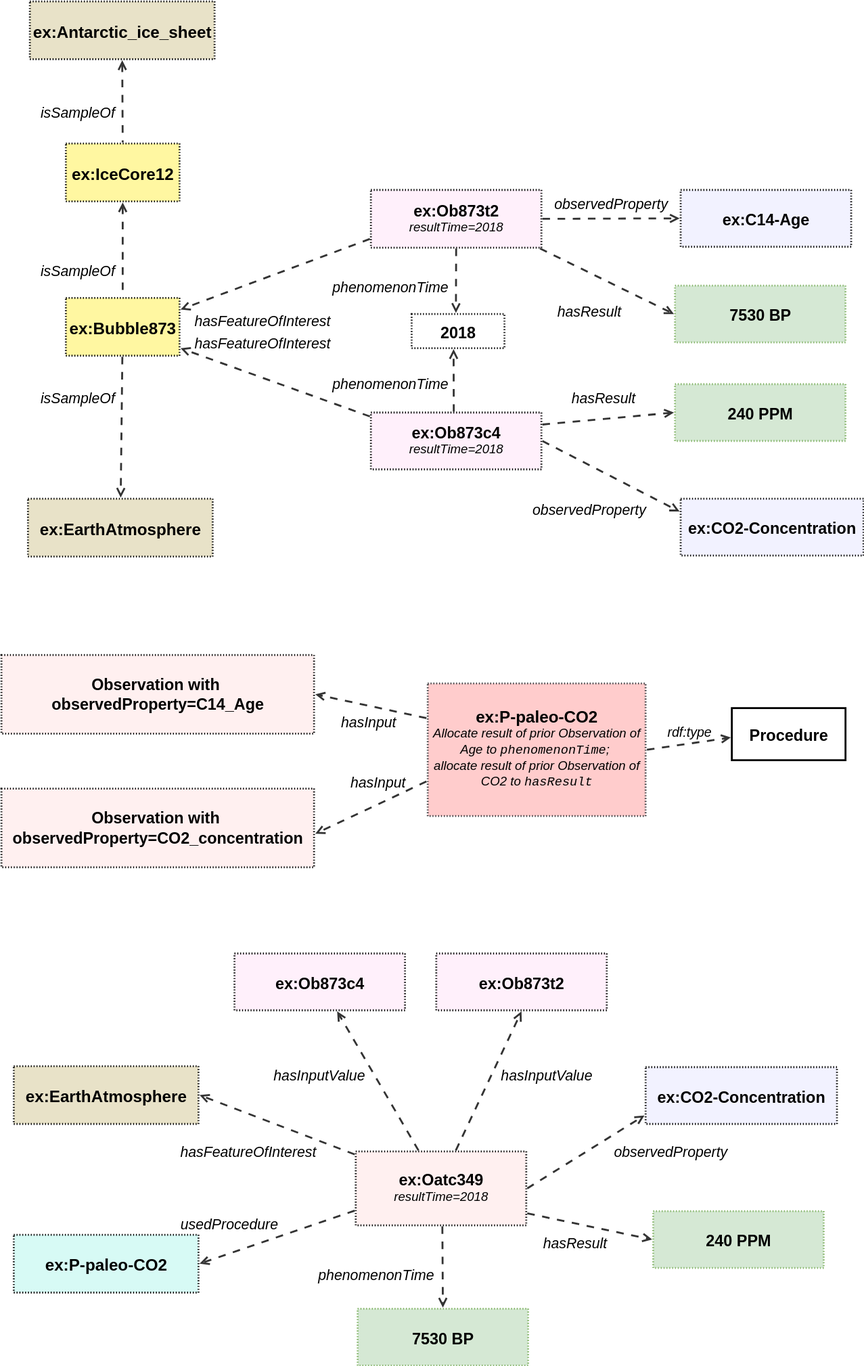
Before: ssn/images/paleo-atmosphere.svg, a diagram exported from draw.io (w3c/sdw-sosa-ssn). Source tidied: cells renumbered, new cells last; positions are measured from the earlier drawing's top-left corner, leaving out a move shared by most shapes.
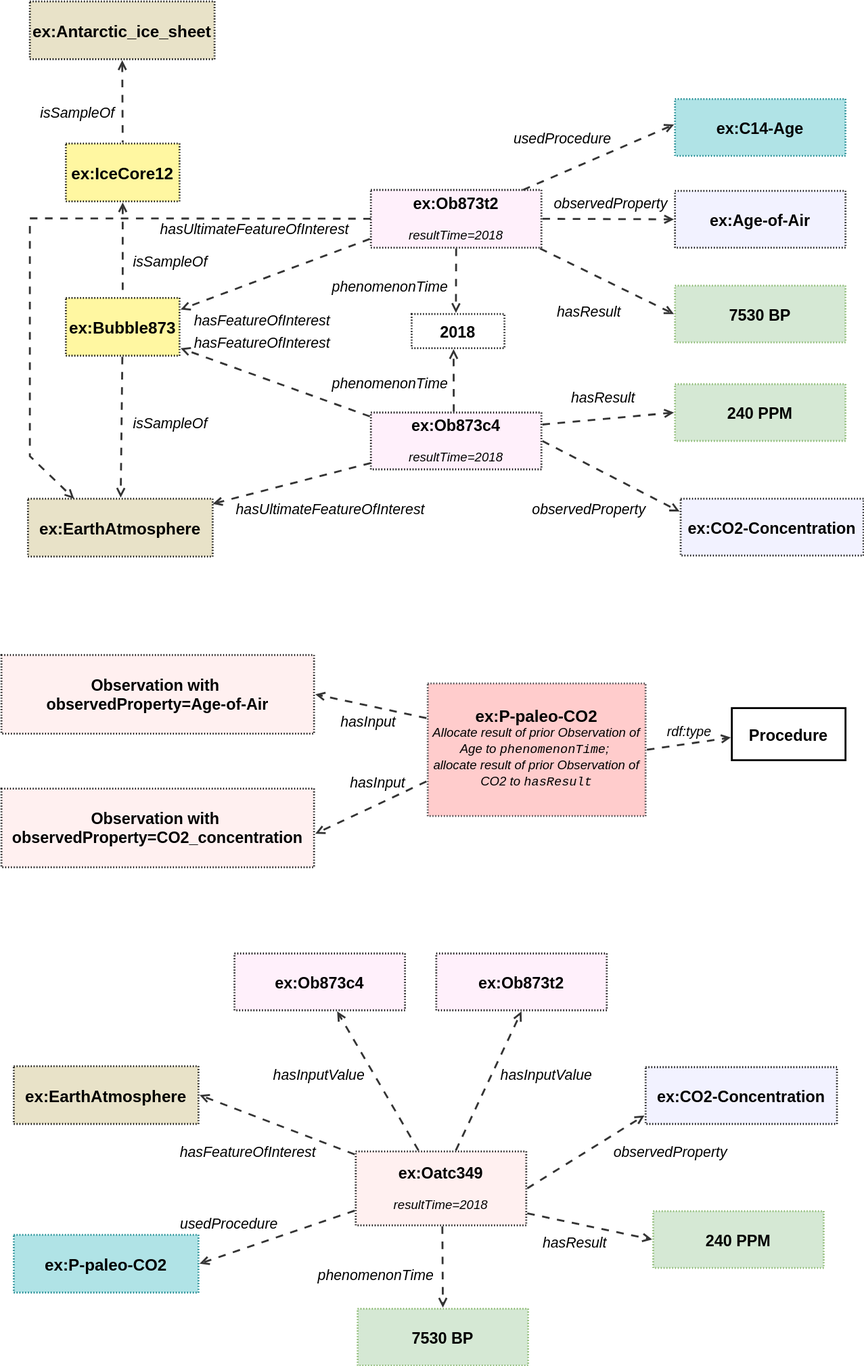
After the change.

Commit message:
Separate ObservedProperty and ObservingProcedure

Diff of the diagram source:
```diff
@@ -15,13 +15,13 @@
       <mxGeometry x="68" y="150" width="120" height="61" as="geometry" />
     </mxCell>
     <mxCell id="6" value="isSampleOf" style="html=1;overflow=block;blockSpacing=1;whiteSpace=wrap;fontSize=15.2;fontStyle=2;align=center;spacing=0;strokeColor=none;strokeOpacity=100;fillOpacity=100;fillColor=none;strokeWidth=2;lucidId=hcwLlhGHzkS8;fontColor=default;convertToSvg=1;" parent="1" vertex="1">
-      <mxGeometry x="13" y="270" width="135" height="27" as="geometry" />
+      <mxGeometry x="111" y="260" width="135" height="27" as="geometry" />
     </mxCell>
     <mxCell id="7" value="ex:EarthAtmosphere" style="html=1;overflow=block;blockSpacing=1;whiteSpace=wrap;fontSize=17.3;fontStyle=1;align=center;spacing=0;strokeOpacity=100;fillOpacity=100;fillColor=#e8e2c8;dashed=1;fixDash=1;dashPattern=1 2;strokeWidth=2;fontColor=default;convertToSvg=1;" parent="1" vertex="1">
       <mxGeometry x="28" y="525" width="195" height="61" as="geometry" />
     </mxCell>
     <mxCell id="8" value="isSampleOf" style="html=1;overflow=block;blockSpacing=1;whiteSpace=wrap;fontSize=15.2;fontStyle=2;align=center;spacing=0;strokeColor=none;strokeOpacity=100;fillOpacity=100;fillColor=none;strokeWidth=2;lucidId=hcwLxkrGep3E;fontColor=default;convertToSvg=1;" parent="1" vertex="1">
-      <mxGeometry x="13" y="404" width="135" height="27" as="geometry" />
+      <mxGeometry x="111" y="431" width="135" height="27" as="geometry" />
     </mxCell>
     <mxCell id="9" value="&lt;div style=&quot;display: flex; justify-content: center; text-align: center; align-items: baseline; font-size: 0; line-height: 1.25;margin-top: -2px;&quot;&gt;&lt;span&gt;&lt;span style=&quot;font-size:16.7px;font-weight: bold;&quot;&gt;ex:Ob873t2&lt;br&gt;&lt;/span&gt;&lt;/span&gt;&lt;/div&gt;&lt;div style=&quot;display: flex; justify-content: center; text-align: center; align-items: baseline; font-size: 0; line-height: 1.25;margin-top: -2px;&quot;&gt;&lt;span&gt;&lt;span style=&quot;font-size:13.3px;font-style: italic;&quot;&gt;resultTime=2018&lt;/span&gt;&lt;/span&gt;&lt;/div&gt;" style="align=center;whiteSpace=wrap;overflow=block;blockSpacing=1;html=1;fontSize=13;spacing=0;strokeOpacity=100;fillOpacity=100;fillColor=#fff0fb;dashed=1;fixDash=1;dashPattern=1 2;strokeWidth=2;fontColor=default;convertToSvg=1;" parent="1" vertex="1">
       <mxGeometry x="390" y="199" width="180" height="61" as="geometry" />
@@ -41,8 +41,8 @@
     <mxCell id="14" value="ex:CO2-Concentration" style="html=1;overflow=block;blockSpacing=1;whiteSpace=wrap;fontSize=16.7;fontStyle=1;align=center;spacing=0;strokeOpacity=100;fillOpacity=100;fillColor=#f2f2ff;dashed=1;fixDash=1;dashPattern=1 2;strokeWidth=2;fontColor=default;convertToSvg=1;" parent="1" vertex="1">
       <mxGeometry x="717" y="525" width="193" height="60" as="geometry" />
     </mxCell>
-    <mxCell id="15" value="ex:C14-Age" style="html=1;overflow=block;blockSpacing=1;whiteSpace=wrap;fontSize=16.7;fontStyle=1;align=center;spacing=0;strokeOpacity=100;fillOpacity=100;fillColor=#f2f2ff;dashed=1;fixDash=1;dashPattern=1 2;strokeWidth=2;fontColor=default;convertToSvg=1;" parent="1" vertex="1">
-      <mxGeometry x="717" y="199" width="180" height="60" as="geometry" />
+    <mxCell id="15" value="ex:Age-of-Air" style="html=1;overflow=block;blockSpacing=1;whiteSpace=wrap;fontSize=16.7;fontStyle=1;align=center;spacing=0;strokeOpacity=100;fillOpacity=100;fillColor=#f2f2ff;dashed=1;fixDash=1;dashPattern=1 2;strokeWidth=2;fontColor=default;convertToSvg=1;" parent="1" vertex="1">
+      <mxGeometry x="711" y="200" width="180" height="60" as="geometry" />
     </mxCell>
     <mxCell id="16" style="html=1;jettySize=18;whiteSpace=wrap;fontSize=13;strokeColor=#333333;strokeOpacity=100;dashed=1;fixDash=1;dashPattern=8 8;strokeWidth=2;rounded=0;startArrow=none;endArrow=open;exitX=1.006;exitY=0.5;exitPerimeter=0;entryX=-0.006;entryY=0.225;entryPerimeter=0;lucidId=qjwLu6bhV.el;fontColor=default;convertToSvg=1;" parent="1" edge="1" source="10" target="14">
       <mxGeometry relative="1" as="geometry" />
@@ -155,7 +155,7 @@
     <mxCell id="52" value="&lt;div style=&quot;display: flex; justify-content: center; text-align: center; align-items: baseline; font-size: 0; line-height: 1.25;margin-top: -2px;&quot;&gt;&lt;span&gt;&lt;span style=&quot;font-size:17.3px;font-weight: bold;&quot;&gt;ex:P-paleo-CO2&lt;/span&gt;&lt;span style=&quot;font-size:17.3px;font-style: italic;&quot;&gt;&lt;br&gt;&lt;/span&gt;&lt;/span&gt;&lt;/div&gt;&lt;div style=&quot;display: flex; justify-content: center; text-align: center; align-items: baseline; font-size: 0; line-height: 1.25;margin-top: -2px;&quot;&gt;&lt;span&gt;&lt;span style=&quot;font-size:13px;font-style: italic;&quot;&gt;&lt;span style=&quot;font-size:13.3px;font-style: italic;&quot;&gt;Allocate result of prior Observation of Age to &lt;/span&gt;&lt;span style=&quot;font-size:13.3px;font-style: italic;font-family: Liberation Mono;&quot;&gt;phenomenonTime&lt;/span&gt;&lt;span style=&quot;font-size:13.3px;font-style: italic;&quot;&gt;;&amp;nbsp;&lt;br&gt;&lt;/span&gt;&lt;/span&gt;&lt;span style=&quot;background-color: transparent; font-style: italic; font-size: 13.3px;&quot;&gt;allocate result of prior Observation of CO2 to &lt;/span&gt;&lt;span style=&quot;background-color: transparent; font-style: italic; font-size: 13.3px; font-family: &amp;quot;Liberation Mono&amp;quot;;&quot;&gt;hasResult&lt;/span&gt;&lt;/span&gt;&lt;/div&gt;" style="align=center;whiteSpace=wrap;overflow=block;blockSpacing=1;html=1;fontSize=13;spacing=0;strokeOpacity=100;fillOpacity=100;fillColor=#ffcccc;dashed=1;fixDash=1;dashPattern=1 2;strokeWidth=2;strokeColor=#36393d;fontColor=default;convertToSvg=1;" parent="1" vertex="1">
       <mxGeometry x="450" y="720" width="230" height="140" as="geometry" />
     </mxCell>
-    <mxCell id="53" value="Observation with&amp;nbsp;&lt;div&gt;observedProperty=C14_Age&lt;/div&gt;" style="html=1;overflow=block;blockSpacing=1;whiteSpace=wrap;fontSize=16.7;fontStyle=1;align=center;spacing=0;strokeOpacity=100;fillOpacity=100;fillColor=#fff0f0;dashed=1;fixDash=1;dashPattern=1 2;strokeWidth=2;fontColor=default;convertToSvg=1;" parent="1" vertex="1">
+    <mxCell id="53" value="Observation with&amp;nbsp;&lt;div&gt;observedProperty=Age-of-Air&lt;/div&gt;" style="html=1;overflow=block;blockSpacing=1;whiteSpace=wrap;fontSize=16.7;fontStyle=1;align=center;spacing=0;strokeOpacity=100;fillOpacity=100;fillColor=#fff0f0;dashed=1;fixDash=1;dashPattern=1 2;strokeWidth=2;fontColor=default;convertToSvg=1;" parent="1" vertex="1">
       <mxGeometry y="690" width="330" height="83" as="geometry" />
     </mxCell>
     <mxCell id="54" value="Observation with&amp;nbsp;&lt;div&gt;observedProperty=CO2_concentration&lt;/div&gt;" style="html=1;overflow=block;blockSpacing=1;whiteSpace=wrap;fontSize=16.7;fontStyle=1;align=center;spacing=0;strokeOpacity=100;fillOpacity=100;fillColor=#fff0f0;dashed=1;fixDash=1;dashPattern=1 2;strokeWidth=2;fontColor=default;convertToSvg=1;" parent="1" vertex="1">
@@ -173,7 +173,7 @@
     <mxCell id="58" value="hasInput" style="html=1;overflow=block;blockSpacing=1;whiteSpace=wrap;fontSize=15.2;fontStyle=2;align=center;spacing=0;strokeColor=none;strokeOpacity=100;fillOpacity=100;fillColor=none;strokeWidth=2;lucidId=3__L8YVQ1Gyc;fontColor=default;convertToSvg=1;" parent="1" vertex="1">
       <mxGeometry x="320" y="746" width="135" height="27" as="geometry" />
     </mxCell>
-    <mxCell id="59" value="ex:P-paleo-CO2" style="html=1;overflow=block;blockSpacing=1;whiteSpace=wrap;fontSize=17.3;fontStyle=1;align=center;spacing=0;strokeOpacity=100;fillOpacity=100;fillColor=#d7faf5;dashed=1;fixDash=1;dashPattern=1 2;strokeWidth=2;fontColor=default;convertToSvg=1;" parent="1" vertex="1">
+    <mxCell id="59" value="ex:P-paleo-CO2" style="html=1;overflow=block;blockSpacing=1;whiteSpace=wrap;fontSize=17.3;fontStyle=1;align=center;spacing=0;strokeOpacity=100;fillOpacity=100;fillColor=#b0e3e6;dashed=1;fixDash=1;dashPattern=1 2;strokeWidth=2;convertToSvg=1;strokeColor=#0e8088;" parent="1" vertex="1">
       <mxGeometry x="13" y="1302" width="195" height="61" as="geometry" />
     </mxCell>
     <mxCell id="60" value="Procedure" style="html=1;overflow=block;blockSpacing=1;whiteSpace=wrap;fontSize=16.8;fontColor=default;fontStyle=1;align=center;spacing=0;strokeOpacity=100;fillOpacity=0;fillColor=#000000;strokeWidth=2;convertToSvg=1;" parent="1" vertex="1">
@@ -197,5 +197,33 @@
     <mxCell id="66" value="hasInputValue" style="html=1;overflow=block;blockSpacing=1;whiteSpace=wrap;fontSize=15.2;fontStyle=2;align=center;spacing=0;strokeColor=none;strokeOpacity=100;fillOpacity=100;fillColor=none;strokeWidth=2;lucidId=vc.L.5h1~kAl;fontColor=default;convertToSvg=1;" parent="1" vertex="1">
       <mxGeometry x="508" y="1119" width="135" height="27" as="geometry" />
     </mxCell>
+    <mxCell id="67" value="ex:C14-Age" style="html=1;overflow=block;blockSpacing=1;whiteSpace=wrap;fontSize=16.7;fontStyle=1;align=center;spacing=0;strokeOpacity=100;fillOpacity=100;fillColor=#b0e3e6;dashed=1;fixDash=1;dashPattern=1 2;strokeWidth=2;convertToSvg=1;strokeColor=#0e8088;" parent="1" vertex="1">
+      <mxGeometry x="711" y="103" width="180" height="60" as="geometry" />
+    </mxCell>
+    <mxCell id="68" value="usedProcedure" style="html=1;overflow=block;blockSpacing=1;whiteSpace=wrap;fontSize=15.2;fontStyle=2;align=center;spacing=0;strokeColor=none;strokeOpacity=100;fillOpacity=100;fillColor=none;strokeWidth=2;lucidId=3jwL-ZD~5yd2;fontColor=default;convertToSvg=1;" parent="1" vertex="1">
+      <mxGeometry x="525" y="130" width="135" height="27" as="geometry" />
+    </mxCell>
+    <mxCell id="69" style="html=1;jettySize=18;whiteSpace=wrap;fontSize=13;strokeColor=#333333;strokeOpacity=100;dashed=1;fixDash=1;dashPattern=8 8;strokeWidth=2;rounded=0;startArrow=none;endArrow=open;lucidId=WnwLMvvnYdkJ;fontColor=default;convertToSvg=1;" parent="1" edge="1" source="9">
+      <mxGeometry relative="1" as="geometry">
+        <mxPoint x="710" y="130" as="targetPoint" />
+      </mxGeometry>
+    </mxCell>
+    <mxCell id="70" style="html=1;jettySize=18;whiteSpace=wrap;fontSize=13;strokeColor=#333333;strokeOpacity=100;dashed=1;fixDash=1;dashPattern=8 8;strokeWidth=2;rounded=0;startArrow=none;endArrow=open;lucidId=9fwLt.42cwO.;fontColor=default;convertToSvg=1;" parent="1" edge="1" source="10" target="7">
+      <mxGeometry relative="1" as="geometry" />
+    </mxCell>
+    <mxCell id="71" value="hasUltimateFeatureOfInterest" style="html=1;overflow=block;blockSpacing=1;whiteSpace=wrap;fontSize=15.2;fontStyle=2;align=center;spacing=0;strokeColor=none;strokeOpacity=100;fillOpacity=100;fillColor=none;strokeWidth=2;lucidId=KowLlu4J.R~l;fontColor=default;convertToSvg=1;" parent="1" vertex="1">
+      <mxGeometry x="280" y="522" width="135" height="27" as="geometry" />
+    </mxCell>
+    <mxCell id="72" style="html=1;jettySize=18;whiteSpace=wrap;fontSize=13;strokeColor=#333333;strokeOpacity=100;dashed=1;fixDash=1;dashPattern=8 8;strokeWidth=2;rounded=0;startArrow=none;endArrow=open;lucidId=9fwLt.42cwO.;fontColor=default;convertToSvg=1;entryX=0.25;entryY=0;entryDx=0;entryDy=0;" parent="1" edge="1" source="9" target="7">
+      <mxGeometry relative="1" as="geometry">
+        <Array as="points">
+          <mxPoint x="30" y="229" />
+          <mxPoint x="30" y="480" />
+        </Array>
+      </mxGeometry>
+    </mxCell>
+    <mxCell id="73" value="hasUltimateFeatureOfInterest" style="html=1;overflow=block;blockSpacing=1;whiteSpace=wrap;fontSize=15.2;fontStyle=2;align=center;spacing=0;strokeColor=none;strokeOpacity=100;fillOpacity=100;fillColor=none;strokeWidth=2;lucidId=KowLlu4J.R~l;fontColor=default;convertToSvg=1;" parent="1" vertex="1">
+      <mxGeometry x="200" y="226" width="135" height="27" as="geometry" />
+    </mxCell>
   </root>
 </mxGraphModel>
```
